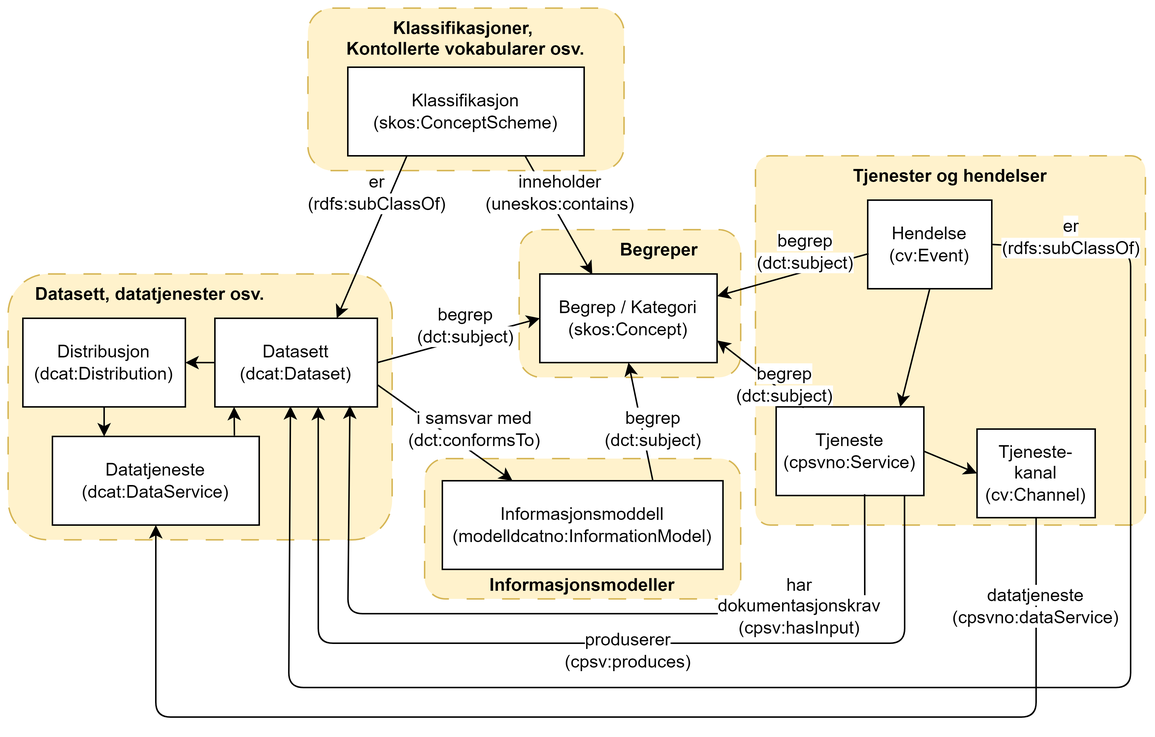
Earlier version of the draw.io export overview/images/crossreferencing-nb.png (Informasjonsforvaltning/showroom). Source tidied: cells renumbered, new cells last; positions are measured from the earlier drawing's top-left corner, leaving out a move shared by most shapes.
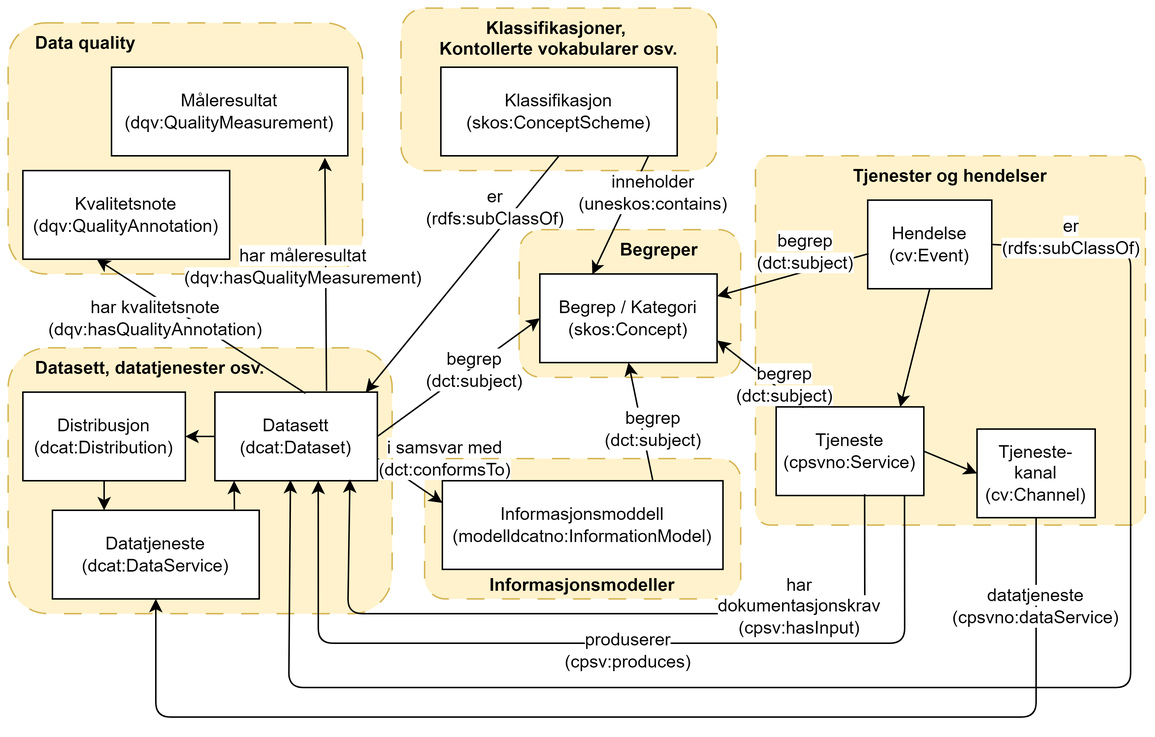
Later version of the same file.

Change to the diagram source:
```diff
@@ -6,7 +6,7 @@
       <mxGeometry x="506" y="100" width="264" height="250" as="geometry" />
     </mxCell>
     <mxCell id="3" value="&lt;b&gt;&amp;nbsp; &amp;nbsp; &amp;nbsp;Datasett, datatjenester osv.&lt;/b&gt;" style="rounded=1;whiteSpace=wrap;html=1;dashed=1;dashPattern=12 12;verticalAlign=top;fillColor=#fff2cc;strokeColor=#d6b656;align=left;" parent="1" vertex="1">
-      <mxGeometry y="180" width="260" height="180" as="geometry" />
+      <mxGeometry y="230" width="260" height="180" as="geometry" />
     </mxCell>
     <mxCell id="4" value="&lt;b&gt;Informasjonsmodeller&lt;/b&gt;" style="rounded=1;whiteSpace=wrap;html=1;dashed=1;dashPattern=12 12;verticalAlign=bottom;labelBackgroundColor=none;fillColor=#fff2cc;strokeColor=#d6b656;align=center;" parent="1" vertex="1">
       <mxGeometry x="282" y="305" width="214" height="95" as="geometry" />
@@ -15,43 +15,43 @@
       <mxGeometry x="346" y="150" width="150" height="100" as="geometry" />
     </mxCell>
     <mxCell id="6" value="&lt;b&gt;Klassifikasjoner,&amp;nbsp;&lt;br&gt;Kontollerte vokabularer osv.&lt;/b&gt;" style="rounded=1;whiteSpace=wrap;html=1;dashed=1;dashPattern=12 12;verticalAlign=top;labelBackgroundColor=none;fillColor=#fff2cc;strokeColor=#d6b656;" parent="1" vertex="1">
-      <mxGeometry x="203" width="214" height="110" as="geometry" />
+      <mxGeometry x="266" width="214" height="110" as="geometry" />
     </mxCell>
     <mxCell id="7" value="Klassifikasjon&lt;br&gt;(skos:ConceptScheme)" style="rounded=0;whiteSpace=wrap;html=1;" parent="1" vertex="1">
-      <mxGeometry x="230" y="40" width="160" height="60" as="geometry" />
+      <mxGeometry x="293" y="40" width="160" height="60" as="geometry" />
     </mxCell>
     <mxCell id="8" value="Begrep / Kategori&lt;br&gt;(skos:Concept)" style="rounded=0;whiteSpace=wrap;html=1;" parent="1" vertex="1">
       <mxGeometry x="360" y="180" width="120" height="60" as="geometry" />
     </mxCell>
-    <mxCell id="9" style="endArrow=classic;html=1;rounded=0;exitX=0.75;exitY=1;exitDx=0;exitDy=0;entryX=0.296;entryY=0.006;entryDx=0;entryDy=0;entryPerimeter=0;" parent="1" edge="1" source="7" target="8">
+    <mxCell id="9" style="endArrow=classic;html=1;rounded=0;exitX=0.878;exitY=1.004;exitDx=0;exitDy=0;entryX=0.296;entryY=0.006;entryDx=0;entryDy=0;entryPerimeter=0;exitPerimeter=0;" parent="1" edge="1" source="7" target="8">
       <mxGeometry relative="1" as="geometry" />
     </mxCell>
     <mxCell id="10" value="inneholder&lt;br&gt;(uneskos:contains)" style="text;html=1;strokeColor=none;fillColor=none;align=center;verticalAlign=middle;whiteSpace=wrap;rounded=0;labelBackgroundColor=default;" parent="1" vertex="1">
-      <mxGeometry x="344" y="110" width="60" height="30" as="geometry" />
+      <mxGeometry x="407" y="110" width="60" height="30" as="geometry" />
     </mxCell>
     <mxCell id="11" value="Datasett&lt;br&gt;(dcat:Dataset)" style="rounded=0;whiteSpace=wrap;html=1;" parent="1" vertex="1">
-      <mxGeometry x="140" y="210" width="110" height="60" as="geometry" />
+      <mxGeometry x="140" y="260" width="110" height="60" as="geometry" />
     </mxCell>
-    <mxCell id="12" style="endArrow=classic;html=1;rounded=0;entryX=0.75;entryY=0;entryDx=0;entryDy=0;endFill=1;exitX=0.25;exitY=1;exitDx=0;exitDy=0;" parent="1" edge="1" source="7" target="11">
+    <mxCell id="12" style="endArrow=classic;html=1;rounded=0;entryX=0.928;entryY=0.004;entryDx=0;entryDy=0;endFill=1;exitX=0.5;exitY=1;exitDx=0;exitDy=0;entryPerimeter=0;" parent="1" edge="1" source="7" target="11">
       <mxGeometry relative="1" as="geometry" />
     </mxCell>
     <mxCell id="13" value="Informasjonsmoddell&lt;br&gt;(modelldcatno:InformationModel)" style="rounded=0;whiteSpace=wrap;html=1;" parent="1" vertex="1">
       <mxGeometry x="294" y="320" width="190" height="60" as="geometry" />
     </mxCell>
-    <mxCell id="14" style="endArrow=classic;html=1;rounded=0;exitX=1;exitY=0.75;exitDx=0;exitDy=0;entryX=0.25;entryY=0;entryDx=0;entryDy=0;" parent="1" edge="1" source="11" target="13">
+    <mxCell id="14" style="endArrow=classic;html=1;rounded=0;exitX=1;exitY=0.75;exitDx=0;exitDy=0;entryX=0;entryY=0.25;entryDx=0;entryDy=0;" parent="1" edge="1" source="11" target="13">
       <mxGeometry relative="1" as="geometry" />
     </mxCell>
     <mxCell id="15" value="&lt;span style=&quot;background-color: rgb(255, 255, 255);&quot;&gt;i samsvar med&lt;br&gt;(dct:conformsTo)&lt;/span&gt;" style="text;html=1;strokeColor=none;fillColor=none;align=center;verticalAlign=middle;whiteSpace=wrap;rounded=0;labelBackgroundColor=none;" parent="1" vertex="1">
-      <mxGeometry x="286" y="270" width="60" height="30" as="geometry" />
+      <mxGeometry x="266" y="290" width="60" height="30" as="geometry" />
     </mxCell>
     <mxCell id="16" style="endArrow=classic;html=1;rounded=0;exitX=1;exitY=0.5;exitDx=0;exitDy=0;entryX=0;entryY=0.5;entryDx=0;entryDy=0;" parent="1" edge="1" source="11" target="8">
       <mxGeometry relative="1" as="geometry" />
     </mxCell>
     <mxCell id="17" value="&lt;span style=&quot;background-color: rgb(255, 255, 255);&quot;&gt;begrep&lt;br&gt;(dct:subject)&lt;/span&gt;" style="text;html=1;strokeColor=none;fillColor=none;align=center;verticalAlign=middle;whiteSpace=wrap;rounded=0;labelBackgroundColor=none;" parent="1" vertex="1">
-      <mxGeometry x="280" y="200" width="60" height="30" as="geometry" />
+      <mxGeometry x="286" y="230" width="60" height="30" as="geometry" />
     </mxCell>
     <mxCell id="18" value="&lt;span style=&quot;background-color: rgb(255, 255, 255);&quot;&gt;er&lt;br&gt;(rdfs:subClassOf)&lt;/span&gt;" style="text;html=1;strokeColor=none;fillColor=none;align=center;verticalAlign=middle;whiteSpace=wrap;rounded=0;labelBackgroundColor=none;" parent="1" vertex="1">
-      <mxGeometry x="220" y="110" width="60" height="30" as="geometry" />
+      <mxGeometry x="300" y="120" width="60" height="30" as="geometry" />
     </mxCell>
     <mxCell id="19" style="endArrow=classic;html=1;rounded=0;exitX=0.75;exitY=0;exitDx=0;exitDy=0;entryX=0.5;entryY=1;entryDx=0;entryDy=0;" parent="1" edge="1" source="13" target="8">
       <mxGeometry relative="1" as="geometry" />
@@ -115,10 +115,10 @@
       <mxGeometry x="690" y="140" width="60" height="30" as="geometry" />
     </mxCell>
     <mxCell id="34" value="Distribusjon&lt;br&gt;(dcat:Distribution)" style="rounded=0;whiteSpace=wrap;html=1;" parent="1" vertex="1">
-      <mxGeometry x="10" y="210" width="110" height="60" as="geometry" />
+      <mxGeometry x="10" y="260" width="110" height="60" as="geometry" />
     </mxCell>
     <mxCell id="35" value="Datatjeneste&lt;br&gt;(dcat:DataService)" style="rounded=0;whiteSpace=wrap;html=1;" parent="1" vertex="1">
-      <mxGeometry x="30" y="290" width="140" height="60" as="geometry" />
+      <mxGeometry x="30" y="340" width="140" height="60" as="geometry" />
     </mxCell>
     <mxCell id="36" style="endArrow=classic;html=1;rounded=0;entryX=1;entryY=0.5;entryDx=0;entryDy=0;exitX=0;exitY=0.5;exitDx=0;exitDy=0;" parent="1" edge="1" source="11" target="34">
       <mxGeometry relative="1" as="geometry" />
@@ -128,7 +128,7 @@
     </mxCell>
     <mxCell id="38" style="endArrow=classic;html=1;rounded=0;exitX=0.88;exitY=-0.01;exitDx=0;exitDy=0;exitPerimeter=0;" parent="1" edge="1" source="35">
       <mxGeometry relative="1" as="geometry">
-        <mxPoint x="153" y="270" as="targetPoint" />
+        <mxPoint x="153" y="320" as="targetPoint" />
       </mxGeometry>
     </mxCell>
     <mxCell id="39" value="Tjeneste-kanal&lt;br&gt;(cv:Channel)" style="rounded=0;whiteSpace=wrap;html=1;" parent="1" vertex="1">
@@ -148,5 +148,28 @@
     <mxCell id="42" value="&lt;span style=&quot;background-color: rgb(255, 255, 255);&quot;&gt;datatjeneste&lt;br&gt;(cpsvno:dataService)&lt;/span&gt;" style="text;html=1;strokeColor=none;fillColor=none;align=center;verticalAlign=middle;whiteSpace=wrap;rounded=0;labelBackgroundColor=none;" parent="1" vertex="1">
       <mxGeometry x="666" y="390" width="60" height="30" as="geometry" />
     </mxCell>
+    <mxCell id="43" value="&lt;b&gt;&amp;nbsp; &amp;nbsp; &amp;nbsp;Data quality&lt;/b&gt;" style="rounded=1;whiteSpace=wrap;html=1;dashed=1;dashPattern=12 12;verticalAlign=top;labelBackgroundColor=none;fillColor=#fff2cc;strokeColor=#d6b656;align=left;" parent="1" vertex="1">
+      <mxGeometry y="10" width="240" height="170" as="geometry" />
+    </mxCell>
+    <mxCell id="44" value="Måleresultat&lt;br&gt;(dqv:QualityMeasurement)" style="rounded=0;whiteSpace=wrap;html=1;" parent="1" vertex="1">
+      <mxGeometry x="70" y="40" width="160" height="60" as="geometry" />
+    </mxCell>
+    <mxCell id="45" value="Kvalitetsnote&lt;br&gt;(dqv:QualityAnnotation)" style="rounded=0;whiteSpace=wrap;html=1;" parent="1" vertex="1">
+      <mxGeometry x="10" y="110" width="140" height="60" as="geometry" />
+    </mxCell>
+    <mxCell id="46" style="endArrow=classic;html=1;rounded=0;endFill=1;exitX=0.557;exitY=0.013;exitDx=0;exitDy=0;entryX=0.357;entryY=1;entryDx=0;entryDy=0;entryPerimeter=0;exitPerimeter=0;" parent="1" edge="1" source="11">
+      <mxGeometry relative="1" as="geometry">
+        <mxPoint x="60" y="170" as="targetPoint" />
+      </mxGeometry>
+    </mxCell>
+    <mxCell id="47" style="endArrow=classic;html=1;rounded=0;endFill=1;exitX=0.687;exitY=-0.014;exitDx=0;exitDy=0;exitPerimeter=0;entryX=0.903;entryY=1.022;entryDx=0;entryDy=0;entryPerimeter=0;" parent="1" edge="1" source="11" target="44">
+      <mxGeometry relative="1" as="geometry" />
+    </mxCell>
+    <mxCell id="48" value="&lt;span style=&quot;background-color: rgb(255, 255, 255);&quot;&gt;har måleresultat&lt;br&gt;(dqv:hasQualityMeasurement)&lt;br&gt;&lt;/span&gt;" style="text;html=1;strokeColor=none;fillColor=none;align=center;verticalAlign=middle;whiteSpace=wrap;rounded=0;labelBackgroundColor=none;" parent="1" vertex="1">
+      <mxGeometry x="120" y="160" width="160" height="30" as="geometry" />
+    </mxCell>
+    <mxCell id="49" value="&lt;span style=&quot;background-color: rgb(255, 255, 255);&quot;&gt;har kvalitetsnote&lt;br&gt;(dqv:hasQualityAnnotation)&lt;br&gt;&lt;/span&gt;" style="text;html=1;strokeColor=none;fillColor=none;align=center;verticalAlign=middle;whiteSpace=wrap;rounded=0;labelBackgroundColor=none;" parent="1" vertex="1">
+      <mxGeometry x="20" y="195" width="160" height="30" as="geometry" />
+    </mxCell>
   </root>
 </mxGraphModel>
```
